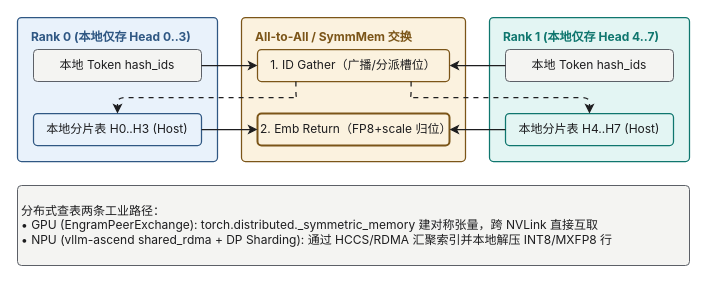
xingcanlee/infra-note keeps this draw.io diagram as src/content/posts/deepseek/07-engram/diagrams/11-engram-dist-lookup.drawio. Above is the earlier version. Source tidied: cells renumbered, new cells numbered last; positions are measured from the earlier drawing's top-left corner, leaving out a move shared by most shapes. Both pictures are drawn from the tidied source at 100%, with x=0, y=0 at pixel (17, 17).
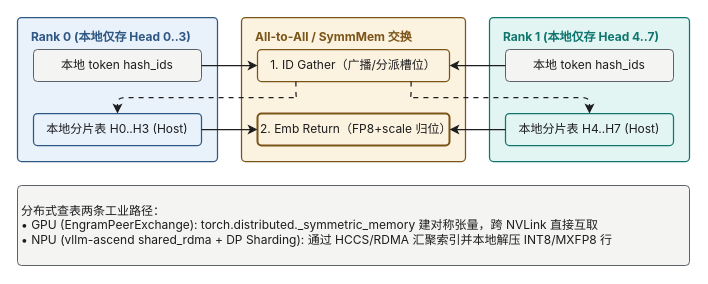
Above is the later version.

What changed in the source:
```diff
@@
-    <mxCell id="3" value="本地 Token hash_ids" style="rounded=1;absoluteArcSize=1;arcSize=8;whiteSpace=wrap;html=1;fillColor=#f4f4f2;strokeColor=#5c6067;strokeWidth=1;align=center;verticalAlign=middle;spacing=4;fontFamily=Inter;fontSize=12;fontColor=#1d1d1f;" parent="1" vertex="1">
+    <mxCell id="3" value="本地 token hash_ids" style="rounded=1;absoluteArcSize=1;arcSize=8;whiteSpace=wrap;html=1;fillColor=#f4f4f2;strokeColor=#5c6067;strokeWidth=1;align=center;verticalAlign=middle;spacing=4;fontFamily=Inter;fontSize=12;fontColor=#1d1d1f;" parent="1" vertex="1">
       <mxGeometry x="16" y="32" width="168" height="32" as="geometry" />
     </mxCell>
@@
-    <mxCell id="6" value="本地 Token hash_ids" style="rounded=1;absoluteArcSize=1;arcSize=8;whiteSpace=wrap;html=1;fillColor=#f4f4f2;strokeColor=#5c6067;strokeWidth=1;align=center;verticalAlign=middle;spacing=4;fontFamily=Inter;fontSize=12;fontColor=#1d1d1f;" parent="1" vertex="1">
+    <mxCell id="6" value="本地 token hash_ids" style="rounded=1;absoluteArcSize=1;arcSize=8;whiteSpace=wrap;html=1;fillColor=#f4f4f2;strokeColor=#5c6067;strokeWidth=1;align=center;verticalAlign=middle;spacing=4;fontFamily=Inter;fontSize=12;fontColor=#1d1d1f;" parent="1" vertex="1">
       <mxGeometry x="488" y="32" width="168" height="32" as="geometry" />
     </mxCell>
```
